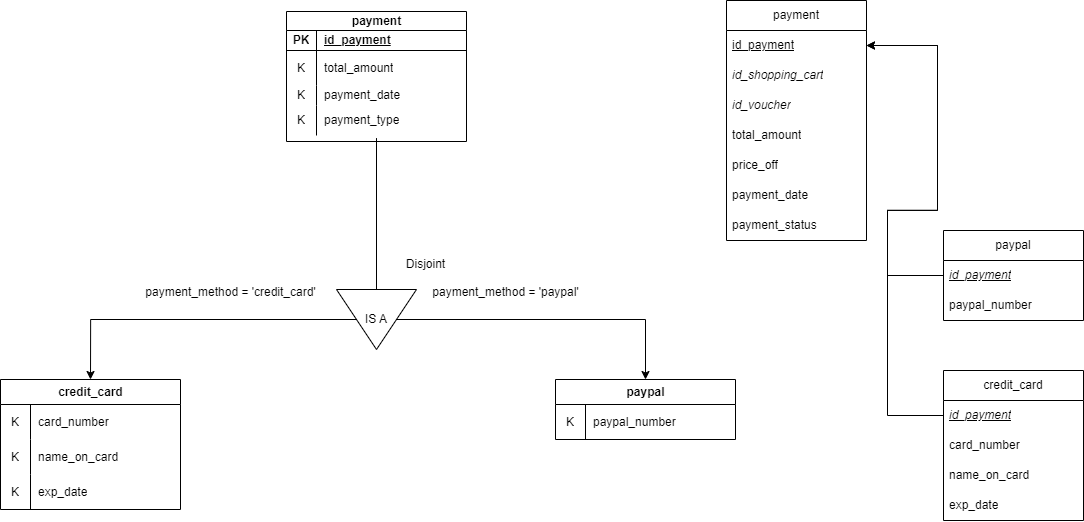
The draw.io diagram Data Storing/design/translate7.png in wargabasdat/Seleksi-2023-Tugas-1, before a commit. Source tidied: cells renumbered, new cells last; positions are measured from the earlier drawing's top-left corner, leaving out a move shared by most shapes.
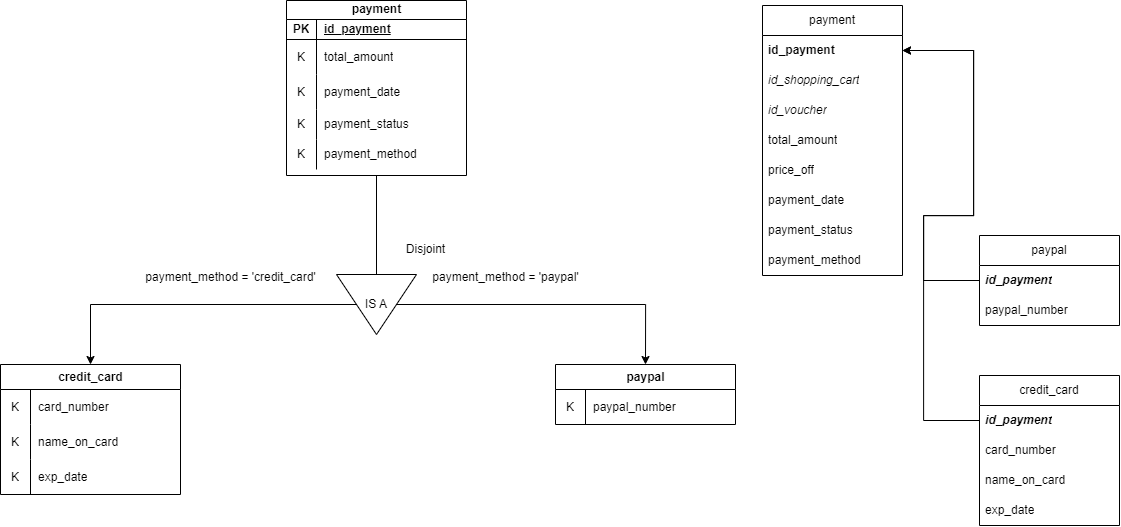
Above is the later version.

Change to the diagram source:
```diff
@@ -3,7 +3,7 @@
     <mxCell id="0" />
     <mxCell id="1" parent="0" />
     <mxCell id="2" value="payment" style="shape=table;startSize=19;rowLines=0;fontStyle=1;align=center;html=1;" parent="1" vertex="1">
-      <mxGeometry x="286" y="11" width="180" height="130" as="geometry" />
+      <mxGeometry x="286" y="15" width="180" height="175" as="geometry" />
     </mxCell>
     <mxCell id="3" style="shape=tableRow;horizontal=0;startSize=0;swimlaneHead=0;swimlaneBody=0;fillColor=none;top=0;left=0;right=0;bottom=1;" parent="2" vertex="1">
       <mxGeometry y="19" width="180" height="20" as="geometry" />
@@ -17,30 +17,39 @@
     <mxCell id="6" style="shape=tableRow;horizontal=0;startSize=0;swimlaneHead=0;swimlaneBody=0;fillColor=none;top=0;left=0;right=0;bottom=0;" parent="2" vertex="1">
       <mxGeometry y="39" width="180" height="35" as="geometry" />
     </mxCell>
-    <mxCell id="7" value="K" style="shape=partialRectangle;fillColor=none;top=0;left=0;bottom=0;right=0;overflow=hidden;whiteSpace=wrap;html=1;" parent="6" vertex="1">
-      <mxGeometry width="30" height="35" as="geometry" />
-    </mxCell>
+    <mxCell id="54" value="K" style="shape=partialRectangle;fillColor=none;top=0;left=0;bottom=0;right=0;overflow=hidden;whiteSpace=wrap;html=1;" parent="6" vertex="1">
+      <mxGeometry width="30" height="35" as="geometry" />
+    </mxCell>
     <mxCell id="8" value="total_amount" style="shape=partialRectangle;fillColor=none;top=0;left=0;bottom=0;right=0;align=left;spacingLeft=6;overflow=hidden;whiteSpace=wrap;html=1;" parent="6" vertex="1">
       <mxGeometry x="30" width="150" height="35" as="geometry" />
     </mxCell>
-    <mxCell id="9" style="shape=tableRow;horizontal=0;startSize=0;swimlaneHead=0;swimlaneBody=0;fillColor=none;top=0;left=0;right=0;bottom=0;" parent="2" vertex="1">
-      <mxGeometry y="74" width="180" height="20" as="geometry" />
-    </mxCell>
-    <mxCell id="10" value="K" style="shape=partialRectangle;fillColor=none;top=0;left=0;bottom=0;right=0;overflow=hidden;whiteSpace=wrap;html=1;" parent="9" vertex="1">
-      <mxGeometry width="30" height="20" as="geometry" />
-    </mxCell>
+    <mxCell id="55" style="shape=tableRow;horizontal=0;startSize=0;swimlaneHead=0;swimlaneBody=0;fillColor=none;top=0;left=0;right=0;bottom=0;" parent="2" vertex="1">
+      <mxGeometry y="74" width="180" height="35" as="geometry" />
+    </mxCell>
+    <mxCell id="56" value="K" style="shape=partialRectangle;fillColor=none;top=0;left=0;bottom=0;right=0;overflow=hidden;whiteSpace=wrap;html=1;" parent="55" vertex="1">
+      <mxGeometry width="30" height="35" as="geometry" />
+    </mxCell>
-    <mxCell id="11" value="payment_date" style="shape=partialRectangle;fillColor=none;top=0;left=0;bottom=0;right=0;align=left;spacingLeft=6;overflow=hidden;whiteSpace=wrap;html=1;" parent="9" vertex="1">
-      <mxGeometry x="30" width="150" height="20" as="geometry" />
+    <mxCell id="11" value="payment_date" style="shape=partialRectangle;fillColor=none;top=0;left=0;bottom=0;right=0;align=left;spacingLeft=6;overflow=hidden;whiteSpace=wrap;html=1;" parent="55" vertex="1">
+      <mxGeometry x="30" width="150" height="35" as="geometry" />
     </mxCell>
-    <mxCell id="12" style="shape=tableRow;horizontal=0;startSize=0;swimlaneHead=0;swimlaneBody=0;fillColor=none;points=[[0,0.5],[1,0.5]];portConstraint=eastwest;top=0;left=0;right=0;bottom=0;" parent="2" vertex="1">
-      <mxGeometry y="94" width="180" height="30" as="geometry" />
-    </mxCell>
-    <mxCell id="13" value="K" style="shape=partialRectangle;fillColor=none;top=0;left=0;bottom=0;right=0;overflow=hidden;whiteSpace=wrap;html=1;" parent="12" vertex="1">
-      <mxGeometry width="30" height="30" as="geometry" />
-    </mxCell>
-    <mxCell id="14" value="payment_type" style="shape=partialRectangle;fillColor=none;top=0;left=0;bottom=0;right=0;align=left;spacingLeft=6;overflow=hidden;whiteSpace=wrap;html=1;" parent="12" vertex="1">
-      <mxGeometry x="30" width="150" height="30" as="geometry" />
-    </mxCell>
+    <mxCell id="57" style="shape=tableRow;horizontal=0;startSize=0;swimlaneHead=0;swimlaneBody=0;fillColor=none;top=0;left=0;right=0;bottom=0;" parent="2" vertex="1">
+      <mxGeometry y="109" width="180" height="30" as="geometry" />
+    </mxCell>
+    <mxCell id="58" value="K" style="shape=partialRectangle;fillColor=none;top=0;left=0;bottom=0;right=0;overflow=hidden;whiteSpace=wrap;html=1;" parent="57" vertex="1">
+      <mxGeometry width="30" height="30" as="geometry" />
+    </mxCell>
+    <mxCell id="59" value="payment_status" style="shape=partialRectangle;fillColor=none;top=0;left=0;bottom=0;right=0;align=left;spacingLeft=6;overflow=hidden;whiteSpace=wrap;html=1;" parent="57" vertex="1">
+      <mxGeometry x="30" width="150" height="30" as="geometry" />
+    </mxCell>
+    <mxCell id="60" style="shape=tableRow;horizontal=0;startSize=0;swimlaneHead=0;swimlaneBody=0;fillColor=none;top=0;left=0;right=0;bottom=0;" parent="2" vertex="1">
+      <mxGeometry y="139" width="180" height="30" as="geometry" />
+    </mxCell>
+    <mxCell id="61" value="K" style="shape=partialRectangle;fillColor=none;top=0;left=0;bottom=0;right=0;overflow=hidden;whiteSpace=wrap;html=1;" parent="60" vertex="1">
+      <mxGeometry width="30" height="30" as="geometry" />
+    </mxCell>
+    <mxCell id="62" value="payment_method" style="shape=partialRectangle;fillColor=none;top=0;left=0;bottom=0;right=0;align=left;spacingLeft=6;overflow=hidden;whiteSpace=wrap;html=1;" parent="60" vertex="1">
+      <mxGeometry x="30" width="150" height="30" as="geometry" />
+    </mxCell>
     <mxCell id="15" style="edgeStyle=orthogonalEdgeStyle;rounded=0;jettySize=auto;html=1;exitX=0.5;exitY=1;exitDx=0;exitDy=0;entryX=0.5;entryY=0;entryDx=0;entryDy=0;" parent="1" edge="1" source="17" target="24">
       <mxGeometry relative="1" as="geometry" />
     </mxCell>
@@ -50,51 +59,53 @@
     <mxCell id="17" value="IS A" style="triangle;whiteSpace=wrap;html=1;direction=south;" parent="1" vertex="1">
       <mxGeometry x="336" y="289" width="80" height="60" as="geometry" />
     </mxCell>
-    <mxCell id="18" style="endArrow=none;html=1;rounded=0;exitX=0;exitY=0.5;exitDx=0;exitDy=0;entryX=0.5;entryY=1.086;entryDx=0;entryDy=0;entryPerimeter=0;" parent="1" edge="1" source="17" target="12">
-      <mxGeometry relative="1" as="geometry" />
-    </mxCell>
+    <mxCell id="63" style="endArrow=none;html=1;rounded=0;exitX=0;exitY=0.5;exitDx=0;exitDy=0;" parent="1" edge="1" source="17">
+      <mxGeometry relative="1" as="geometry">
+        <mxPoint x="376" y="190" as="targetPoint" />
+      </mxGeometry>
+    </mxCell>
     <mxCell id="19" value="Disjoint" style="text;html=1;align=center;verticalAlign=middle;strokeColor=none;fillColor=none;" parent="1" vertex="1">
       <mxGeometry x="395" y="249" width="60" height="30" as="geometry" />
     </mxCell>
     <mxCell id="20" value="paypal" style="shape=table;startSize=25;rowLines=0;fontStyle=1;align=center;html=1;" parent="1" vertex="1">
       <mxGeometry x="555" y="379" width="180" height="60" as="geometry" />
     </mxCell>
-    <mxCell id="21" style="shape=tableRow;horizontal=0;startSize=0;swimlaneHead=0;swimlaneBody=0;fillColor=none;top=0;left=0;right=0;bottom=0;" parent="20" vertex="1">
-      <mxGeometry y="25" width="180" height="35" as="geometry" />
-    </mxCell>
-    <mxCell id="22" value="K" style="shape=partialRectangle;fillColor=none;top=0;left=0;bottom=0;right=0;overflow=hidden;whiteSpace=wrap;html=1;" parent="21" vertex="1">
-      <mxGeometry width="30" height="35" as="geometry" />
-    </mxCell>
+    <mxCell id="64" style="shape=tableRow;horizontal=0;startSize=0;swimlaneHead=0;swimlaneBody=0;fillColor=none;top=0;left=0;right=0;bottom=0;" parent="20" vertex="1">
+      <mxGeometry y="25" width="180" height="35" as="geometry" />
+    </mxCell>
+    <mxCell id="65" value="K" style="shape=partialRectangle;fillColor=none;top=0;left=0;bottom=0;right=0;overflow=hidden;whiteSpace=wrap;html=1;" parent="64" vertex="1">
+      <mxGeometry width="30" height="35" as="geometry" />
+    </mxCell>
-    <mxCell id="23" value="paypal_number" style="shape=partialRectangle;fillColor=none;top=0;left=0;bottom=0;right=0;align=left;spacingLeft=6;overflow=hidden;whiteSpace=wrap;html=1;" parent="21" vertex="1">
+    <mxCell id="23" value="paypal_number" style="shape=partialRectangle;fillColor=none;top=0;left=0;bottom=0;right=0;align=left;spacingLeft=6;overflow=hidden;whiteSpace=wrap;html=1;" parent="64" vertex="1">
       <mxGeometry x="30" width="150" height="35" as="geometry" />
     </mxCell>
     <mxCell id="24" value="credit_card" style="shape=table;startSize=25;rowLines=0;fontStyle=1;align=center;html=1;" parent="1" vertex="1">
       <mxGeometry y="379" width="180" height="130" as="geometry" />
     </mxCell>
-    <mxCell id="25" style="shape=tableRow;horizontal=0;startSize=0;swimlaneHead=0;swimlaneBody=0;fillColor=none;top=0;left=0;right=0;bottom=0;" parent="24" vertex="1">
-      <mxGeometry y="25" width="180" height="35" as="geometry" />
-    </mxCell>
-    <mxCell id="26" value="K" style="shape=partialRectangle;fillColor=none;top=0;left=0;bottom=0;right=0;overflow=hidden;whiteSpace=wrap;html=1;" parent="25" vertex="1">
-      <mxGeometry width="30" height="35" as="geometry" />
-    </mxCell>
+    <mxCell id="66" style="shape=tableRow;horizontal=0;startSize=0;swimlaneHead=0;swimlaneBody=0;fillColor=none;top=0;left=0;right=0;bottom=0;" parent="24" vertex="1">
+      <mxGeometry y="25" width="180" height="35" as="geometry" />
+    </mxCell>
+    <mxCell id="67" value="K" style="shape=partialRectangle;fillColor=none;top=0;left=0;bottom=0;right=0;overflow=hidden;whiteSpace=wrap;html=1;" parent="66" vertex="1">
+      <mxGeometry width="30" height="35" as="geometry" />
+    </mxCell>
-    <mxCell id="27" value="card_number" style="shape=partialRectangle;fillColor=none;top=0;left=0;bottom=0;right=0;align=left;spacingLeft=6;overflow=hidden;whiteSpace=wrap;html=1;" parent="25" vertex="1">
+    <mxCell id="27" value="card_number" style="shape=partialRectangle;fillColor=none;top=0;left=0;bottom=0;right=0;align=left;spacingLeft=6;overflow=hidden;whiteSpace=wrap;html=1;" parent="66" vertex="1">
       <mxGeometry x="30" width="150" height="35" as="geometry" />
     </mxCell>
     <mxCell id="28" style="shape=tableRow;horizontal=0;startSize=0;swimlaneHead=0;swimlaneBody=0;fillColor=none;top=0;left=0;right=0;bottom=0;" parent="24" vertex="1">
       <mxGeometry y="60" width="180" height="35" as="geometry" />
     </mxCell>
-    <mxCell id="29" value="K" style="shape=partialRectangle;fillColor=none;top=0;left=0;bottom=0;right=0;overflow=hidden;whiteSpace=wrap;html=1;" parent="28" vertex="1">
-      <mxGeometry width="30" height="35" as="geometry" />
-    </mxCell>
+    <mxCell id="68" value="K" style="shape=partialRectangle;fillColor=none;top=0;left=0;bottom=0;right=0;overflow=hidden;whiteSpace=wrap;html=1;" parent="28" vertex="1">
+      <mxGeometry width="30" height="35" as="geometry" />
+    </mxCell>
     <mxCell id="30" value="name_on_card" style="shape=partialRectangle;fillColor=none;top=0;left=0;bottom=0;right=0;align=left;spacingLeft=6;overflow=hidden;whiteSpace=wrap;html=1;" parent="28" vertex="1">
       <mxGeometry x="30" width="150" height="35" as="geometry" />
     </mxCell>
     <mxCell id="31" style="shape=tableRow;horizontal=0;startSize=0;swimlaneHead=0;swimlaneBody=0;fillColor=none;top=0;left=0;right=0;bottom=0;" parent="24" vertex="1">
       <mxGeometry y="95" width="180" height="35" as="geometry" />
     </mxCell>
-    <mxCell id="32" value="K" style="shape=partialRectangle;fillColor=none;top=0;left=0;bottom=0;right=0;overflow=hidden;whiteSpace=wrap;html=1;" parent="31" vertex="1">
-      <mxGeometry width="30" height="35" as="geometry" />
-    </mxCell>
+    <mxCell id="69" value="K" style="shape=partialRectangle;fillColor=none;top=0;left=0;bottom=0;right=0;overflow=hidden;whiteSpace=wrap;html=1;" parent="31" vertex="1">
+      <mxGeometry width="30" height="35" as="geometry" />
+    </mxCell>
     <mxCell id="33" value="exp_date" style="shape=partialRectangle;fillColor=none;top=0;left=0;bottom=0;right=0;align=left;spacingLeft=6;overflow=hidden;whiteSpace=wrap;html=1;" parent="31" vertex="1">
       <mxGeometry x="30" width="150" height="35" as="geometry" />
     </mxCell>
@@ -105,11 +116,11 @@
       <mxGeometry x="135" y="277" width="190" height="30" as="geometry" />
     </mxCell>
     <mxCell id="36" value="payment" style="swimlane;fontStyle=0;horizontal=1;startSize=30;whiteSpace=wrap;html=1;" parent="1" vertex="1">
-      <mxGeometry x="726" width="140" height="240" as="geometry" />
+      <mxGeometry x="762" y="20" width="140" height="270" as="geometry" />
     </mxCell>
-    <mxCell id="37" value="&lt;u&gt;id_payment&lt;/u&gt;" style="text;strokeColor=none;fillColor=none;align=left;verticalAlign=middle;spacingLeft=4;spacingRight=4;overflow=hidden;points=[[0,0.5],[1,0.5]];portConstraint=eastwest;whiteSpace=wrap;html=1;" parent="36" vertex="1">
-      <mxGeometry y="30" width="140" height="30" as="geometry" />
-    </mxCell>
+    <mxCell id="70" value="&lt;b&gt;id_payment&lt;/b&gt;" style="text;strokeColor=none;fillColor=none;align=left;verticalAlign=middle;spacingLeft=4;spacingRight=4;overflow=hidden;points=[[0,0.5],[1,0.5]];portConstraint=eastwest;whiteSpace=wrap;html=1;" parent="36" vertex="1">
+      <mxGeometry y="30" width="140" height="30" as="geometry" />
+    </mxCell>
     <mxCell id="38" value="&lt;i&gt;id_shopping_cart&lt;/i&gt;" style="text;strokeColor=none;fillColor=none;align=left;verticalAlign=middle;spacingLeft=4;spacingRight=4;overflow=hidden;whiteSpace=wrap;html=1;" parent="36" vertex="1">
       <mxGeometry y="60" width="140" height="30" as="geometry" />
     </mxCell>
@@ -128,21 +139,24 @@
     <mxCell id="43" value="payment_status" style="text;strokeColor=none;fillColor=none;align=left;verticalAlign=middle;spacingLeft=4;spacingRight=4;overflow=hidden;whiteSpace=wrap;html=1;" parent="36" vertex="1">
       <mxGeometry y="210" width="140" height="30" as="geometry" />
     </mxCell>
+    <mxCell id="71" value="payment_method" style="text;strokeColor=none;fillColor=none;align=left;verticalAlign=middle;spacingLeft=4;spacingRight=4;overflow=hidden;whiteSpace=wrap;html=1;" parent="36" vertex="1">
+      <mxGeometry y="240" width="140" height="30" as="geometry" />
+    </mxCell>
     <mxCell id="44" value="paypal" style="swimlane;fontStyle=0;horizontal=1;startSize=30;whiteSpace=wrap;html=1;" parent="1" vertex="1">
-      <mxGeometry x="943" y="230" width="140" height="90" as="geometry" />
+      <mxGeometry x="979" y="250" width="140" height="90" as="geometry" />
     </mxCell>
-    <mxCell id="45" value="&lt;u&gt;&lt;i&gt;id_payment&lt;/i&gt;&lt;/u&gt;" style="text;strokeColor=none;fillColor=none;align=left;verticalAlign=middle;spacingLeft=4;spacingRight=4;overflow=hidden;points=[[0,0.5],[1,0.5]];portConstraint=eastwest;whiteSpace=wrap;html=1;" parent="44" vertex="1">
-      <mxGeometry y="30" width="140" height="30" as="geometry" />
-    </mxCell>
+    <mxCell id="72" value="&lt;i style=&quot;&quot;&gt;&lt;b&gt;id_payment&lt;/b&gt;&lt;/i&gt;" style="text;strokeColor=none;fillColor=none;align=left;verticalAlign=middle;spacingLeft=4;spacingRight=4;overflow=hidden;points=[[0,0.5],[1,0.5]];portConstraint=eastwest;whiteSpace=wrap;html=1;" parent="44" vertex="1">
+      <mxGeometry y="30" width="140" height="30" as="geometry" />
+    </mxCell>
     <mxCell id="46" value="paypal_number" style="text;strokeColor=none;fillColor=none;align=left;verticalAlign=middle;spacingLeft=4;spacingRight=4;overflow=hidden;whiteSpace=wrap;html=1;" parent="44" vertex="1">
       <mxGeometry y="60" width="140" height="30" as="geometry" />
     </mxCell>
     <mxCell id="47" value="credit_card" style="swimlane;fontStyle=0;horizontal=1;startSize=30;whiteSpace=wrap;html=1;" parent="1" vertex="1">
-      <mxGeometry x="943" y="370" width="140" height="150" as="geometry" />
+      <mxGeometry x="979" y="390" width="140" height="150" as="geometry" />
     </mxCell>
-    <mxCell id="48" value="&lt;u&gt;&lt;i&gt;id_payment&lt;/i&gt;&lt;/u&gt;" style="text;strokeColor=none;fillColor=none;align=left;verticalAlign=middle;spacingLeft=4;spacingRight=4;overflow=hidden;points=[[0,0.5],[1,0.5]];portConstraint=eastwest;whiteSpace=wrap;html=1;" parent="47" vertex="1">
-      <mxGeometry y="30" width="140" height="30" as="geometry" />
-    </mxCell>
+    <mxCell id="73" value="&lt;i style=&quot;&quot;&gt;&lt;b&gt;id_payment&lt;/b&gt;&lt;/i&gt;" style="text;strokeColor=none;fillColor=none;align=left;verticalAlign=middle;spacingLeft=4;spacingRight=4;overflow=hidden;points=[[0,0.5],[1,0.5]];portConstraint=eastwest;whiteSpace=wrap;html=1;" parent="47" vertex="1">
+      <mxGeometry y="30" width="140" height="30" as="geometry" />
+    </mxCell>
     <mxCell id="49" value="card_number" style="text;strokeColor=none;fillColor=none;align=left;verticalAlign=middle;spacingLeft=4;spacingRight=4;overflow=hidden;whiteSpace=wrap;html=1;" parent="47" vertex="1">
       <mxGeometry y="60" width="140" height="30" as="geometry" />
     </mxCell>
@@ -152,25 +166,25 @@
     <mxCell id="51" value="exp_date" style="text;strokeColor=none;fillColor=none;align=left;verticalAlign=middle;spacingLeft=4;spacingRight=4;overflow=hidden;whiteSpace=wrap;html=1;" parent="47" vertex="1">
       <mxGeometry y="120" width="140" height="30" as="geometry" />
     </mxCell>
-    <mxCell id="52" style="edgeStyle=orthogonalEdgeStyle;rounded=0;jettySize=auto;html=1;exitX=0;exitY=0.5;exitDx=0;exitDy=0;entryX=1;entryY=0.5;entryDx=0;entryDy=0;" parent="1" edge="1" source="45" target="37">
-      <mxGeometry relative="1" as="geometry">
-        <Array as="points">
-          <mxPoint x="887" y="275" />
-          <mxPoint x="887" y="210" />
-          <mxPoint x="937" y="210" />
-          <mxPoint x="937" y="45" />
-        </Array>
-      </mxGeometry>
-    </mxCell>
-    <mxCell id="53" style="edgeStyle=orthogonalEdgeStyle;rounded=0;jettySize=auto;html=1;exitX=0;exitY=0.5;exitDx=0;exitDy=0;entryX=1;entryY=0.5;entryDx=0;entryDy=0;" parent="1" edge="1" source="48" target="37">
-      <mxGeometry relative="1" as="geometry">
-        <Array as="points">
-          <mxPoint x="887" y="415" />
-          <mxPoint x="887" y="210" />
-          <mxPoint x="937" y="210" />
-          <mxPoint x="937" y="45" />
-        </Array>
-      </mxGeometry>
-    </mxCell>
+    <mxCell id="74" style="edgeStyle=orthogonalEdgeStyle;rounded=0;jettySize=auto;html=1;exitX=0;exitY=0.5;exitDx=0;exitDy=0;entryX=1;entryY=0.5;entryDx=0;entryDy=0;" parent="1" edge="1" source="72" target="70">
+      <mxGeometry relative="1" as="geometry">
+        <Array as="points">
+          <mxPoint x="923" y="295" />
+          <mxPoint x="923" y="230" />
+          <mxPoint x="973" y="230" />
+          <mxPoint x="973" y="65" />
+        </Array>
+      </mxGeometry>
+    </mxCell>
+    <mxCell id="75" style="edgeStyle=orthogonalEdgeStyle;rounded=0;jettySize=auto;html=1;exitX=0;exitY=0.5;exitDx=0;exitDy=0;entryX=1;entryY=0.5;entryDx=0;entryDy=0;" parent="1" edge="1" source="73" target="70">
+      <mxGeometry relative="1" as="geometry">
+        <Array as="points">
+          <mxPoint x="923" y="435" />
+          <mxPoint x="923" y="230" />
+          <mxPoint x="973" y="230" />
+          <mxPoint x="973" y="65" />
+        </Array>
+      </mxGeometry>
+    </mxCell>
   </root>
 </mxGraphModel>
```
